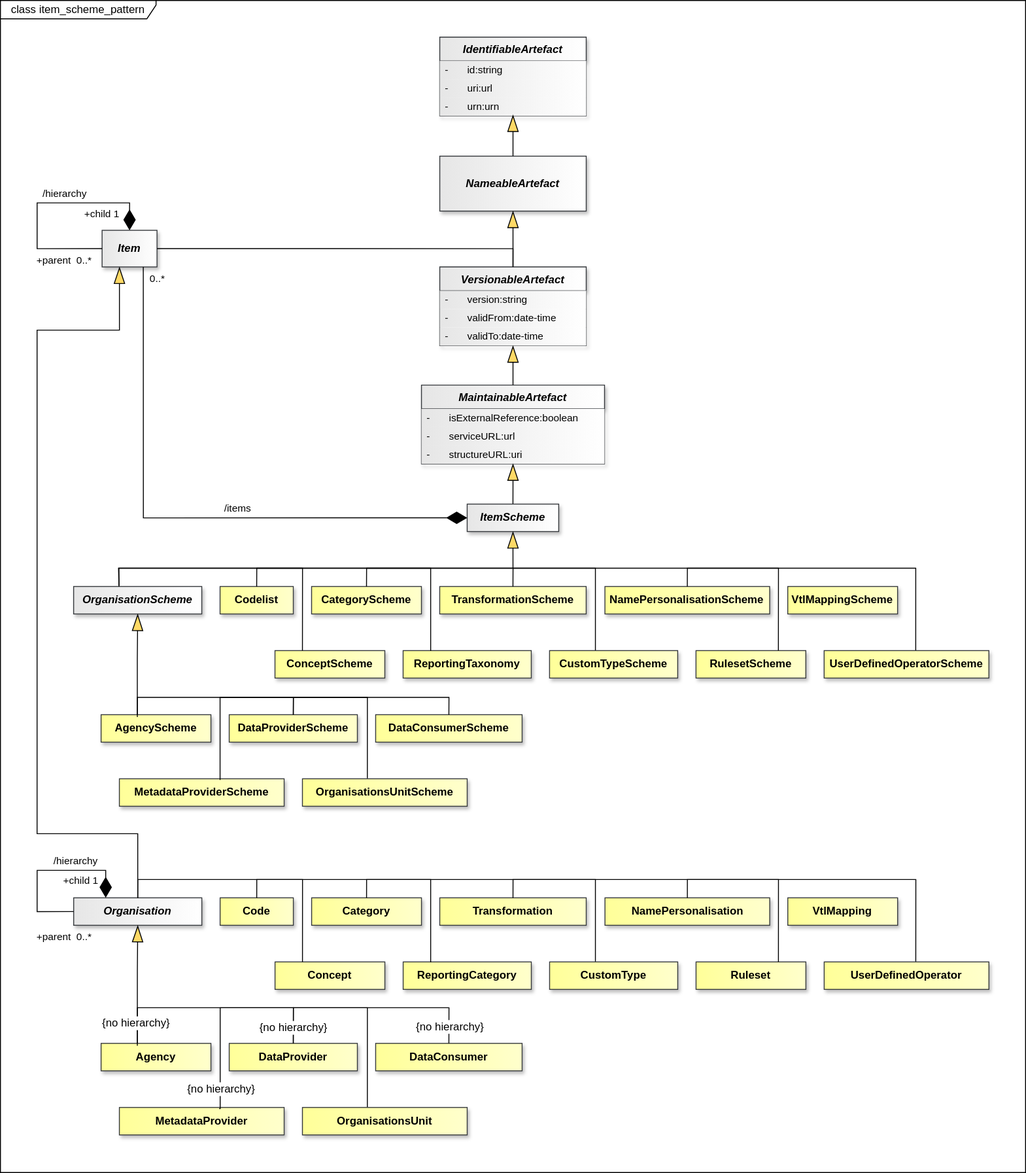
dosse/sdmx-im keeps this draw.io diagram as docs/information_model/media/sdmx_base-item_scheme_pattern.svg. Above is the earlier version. Source tidied: cells renumbered, new cells last; positions are measured from the earlier drawing's top-left corner, leaving out a move shared by most shapes.
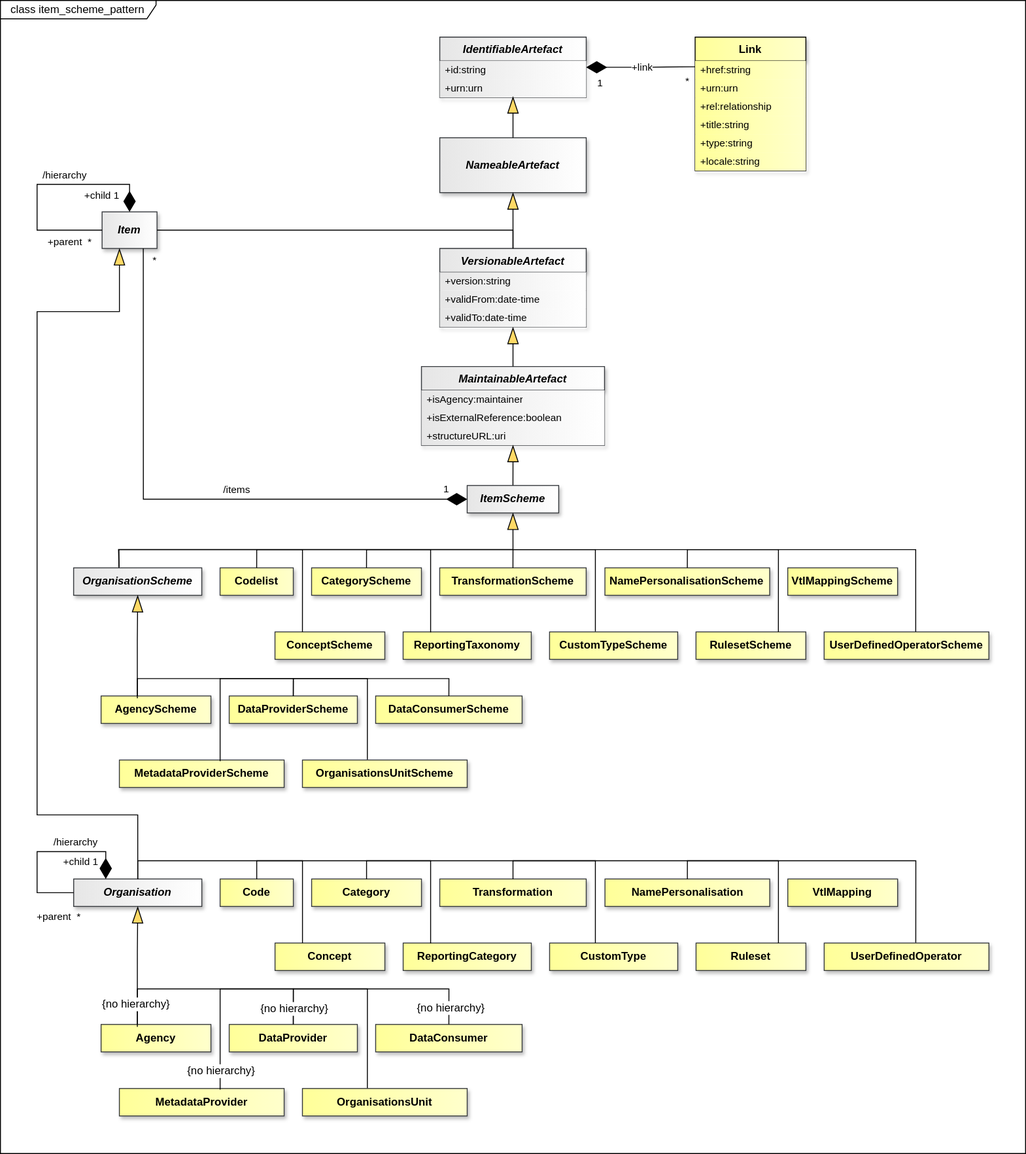
Above is the later version.

Commit message:
https://github.com/sdmx-twg/sdmx-im/issues/1

What changed in the source:
```diff
@@ -3,7 +3,7 @@
     <mxCell id="0" />
     <mxCell id="1" parent="0" />
     <mxCell id="2" value="class item_scheme_pattern" style="shape=umlFrame;whiteSpace=wrap;html=1;fillColor=light-dark(#FFFFFF,#121212);swimlaneFillColor=light-dark(#FFFFFF,#121212);width=170;height=20;" parent="1" vertex="1">
-      <mxGeometry width="1120" height="1280" as="geometry" />
+      <mxGeometry y="20" width="1120" height="1260" as="geometry" />
     </mxCell>
     <mxCell id="3" style="endArrow=none;" parent="1" edge="1">
       <mxGeometry relative="1" as="geometry" />
@@ -63,16 +63,13 @@
       <mxGeometry relative="1" as="geometry" />
     </mxCell>
     <mxCell id="22" value="IdentifiableArtefact" style="swimlane;fontStyle=3;align=center;verticalAlign=top;horizontal=1;startSize=26;whiteSpace=wrap;html=1;strokeColor=#36393d;fontFamily=Helvetica;fontSize=12;fillColor=light-dark(#E6E6E6,#E6E6E6);gradientDirection=east;gradientColor=light-dark(#FFFFFF,#FFFFFF);fontColor=light-dark(#000000,#000000);shadow=1;" parent="1" vertex="1">
-      <mxGeometry x="480" y="40" width="160" height="86" as="geometry" />
+      <mxGeometry x="480" y="60" width="160" height="66" as="geometry" />
     </mxCell>
-    <mxCell id="23" value="-&lt;span style=&quot;white-space: pre;&quot;&gt;&#9;&lt;/span&gt;id:string" style="text;strokeColor=none;fillColor=light-dark(#E6E6E6,#E6E6E6);align=left;verticalAlign=middle;spacingLeft=4;spacingRight=4;overflow=hidden;whiteSpace=wrap;html=1;fontFamily=Helvetica;fontSize=11;fontColor=light-dark(#000000,#000000);fontStyle=0;gradientColor=light-dark(#FFFFFF,#FFFFFF);gradientDirection=east;" parent="22" vertex="1">
+    <mxCell id="23" value="+id:string" style="text;strokeColor=none;fillColor=light-dark(#E6E6E6,#E6E6E6);align=left;verticalAlign=middle;spacingLeft=4;spacingRight=4;overflow=hidden;whiteSpace=wrap;html=1;fontFamily=Helvetica;fontSize=11;fontColor=light-dark(#000000,#000000);fontStyle=0;gradientColor=light-dark(#FFFFFF,#FFFFFF);gradientDirection=east;" parent="22" vertex="1">
       <mxGeometry y="26" width="160" height="20" as="geometry" />
     </mxCell>
-    <mxCell id="24" value="-&lt;span style=&quot;white-space: pre;&quot;&gt;&#9;&lt;/span&gt;uri:url" style="text;strokeColor=none;fillColor=light-dark(#E6E6E6,#E6E6E6);align=left;verticalAlign=middle;spacingLeft=4;spacingRight=4;overflow=hidden;whiteSpace=wrap;html=1;fontFamily=Helvetica;fontSize=11;fontColor=light-dark(#000000,#000000);fontStyle=0;gradientColor=light-dark(#FFFFFF,#FFFFFF);gradientDirection=east;" parent="22" vertex="1">
-      <mxGeometry y="46" width="160" height="20" as="geometry" />
-    </mxCell>
-    <mxCell id="25" value="-&lt;span style=&quot;white-space: pre;&quot;&gt;&#9;&lt;/span&gt;urn:urn" style="text;strokeColor=none;fillColor=light-dark(#E6E6E6,#E6E6E6);align=left;verticalAlign=middle;spacingLeft=4;spacingRight=4;overflow=hidden;points=[[0,0.5],[1,0.5]];portConstraint=eastwest;whiteSpace=wrap;html=1;fontFamily=Helvetica;fontSize=11;fontColor=light-dark(#000000,#000000);fontStyle=0;gradientColor=light-dark(#FFFFFF,#FFFFFF);gradientDirection=east;" parent="22" vertex="1">
-      <mxGeometry y="66" width="160" height="20" as="geometry" />
+    <mxCell id="25" value="+urn:urn" style="text;strokeColor=none;fillColor=light-dark(#E6E6E6,#E6E6E6);align=left;verticalAlign=middle;spacingLeft=4;spacingRight=4;overflow=hidden;points=[[0,0.5],[1,0.5]];portConstraint=eastwest;whiteSpace=wrap;html=1;fontFamily=Helvetica;fontSize=11;fontColor=light-dark(#000000,#000000);fontStyle=0;gradientColor=light-dark(#FFFFFF,#FFFFFF);gradientDirection=east;" parent="22" vertex="1">
+      <mxGeometry y="46" width="160" height="20" as="geometry" />
     </mxCell>
     <mxCell id="26" value="NameableArtefact" style="whiteSpace=wrap;html=1;verticalAlign=middle;gradientDirection=east;imageVerticalAlign=top;fontStyle=3;fillColor=light-dark(#E6E6E6,#E6E6E6);strokeColor=#36393d;fontColor=light-dark(#000000,#000000);gradientColor=light-dark(#FFFFFF,#FFFFFF);shadow=1;" parent="1" vertex="1">
       <mxGeometry x="480" y="170" width="160" height="60" as="geometry" />
@@ -83,13 +80,13 @@
     <mxCell id="28" value="VersionableArtefact" style="swimlane;fontStyle=3;align=center;verticalAlign=top;horizontal=1;startSize=26;whiteSpace=wrap;html=1;strokeColor=#36393d;fontFamily=Helvetica;fontSize=12;fillColor=light-dark(#E6E6E6,#E6E6E6);gradientDirection=east;gradientColor=light-dark(#FFFFFF,#FFFFFF);fontColor=light-dark(#000000,#000000);shadow=1;" parent="1" vertex="1">
       <mxGeometry x="480" y="291" width="160" height="86" as="geometry" />
     </mxCell>
-    <mxCell id="29" value="-&lt;span style=&quot;white-space: pre;&quot;&gt;&#9;&lt;/span&gt;version:string" style="text;strokeColor=none;fillColor=light-dark(#E6E6E6,#E6E6E6);align=left;verticalAlign=middle;spacingLeft=4;spacingRight=4;overflow=hidden;whiteSpace=wrap;html=1;fontFamily=Helvetica;fontSize=11;fontColor=light-dark(#000000,#000000);fontStyle=0;gradientColor=light-dark(#FFFFFF,#FFFFFF);gradientDirection=east;" parent="28" vertex="1">
+    <mxCell id="29" value="+version:string" style="text;strokeColor=none;fillColor=light-dark(#E6E6E6,#E6E6E6);align=left;verticalAlign=middle;spacingLeft=4;spacingRight=4;overflow=hidden;whiteSpace=wrap;html=1;fontFamily=Helvetica;fontSize=11;fontColor=light-dark(#000000,#000000);fontStyle=0;gradientColor=light-dark(#FFFFFF,#FFFFFF);gradientDirection=east;" parent="28" vertex="1">
       <mxGeometry y="26" width="160" height="20" as="geometry" />
     </mxCell>
-    <mxCell id="30" value="-&lt;span style=&quot;white-space: pre;&quot;&gt;&#9;&lt;/span&gt;validFrom:date-time" style="text;strokeColor=none;fillColor=light-dark(#E6E6E6,#E6E6E6);align=left;verticalAlign=middle;spacingLeft=4;spacingRight=4;overflow=hidden;whiteSpace=wrap;html=1;fontFamily=Helvetica;fontSize=11;fontColor=light-dark(#000000,#000000);fontStyle=0;gradientColor=light-dark(#FFFFFF,#FFFFFF);gradientDirection=east;" parent="28" vertex="1">
+    <mxCell id="30" value="+validFrom:date-time" style="text;strokeColor=none;fillColor=light-dark(#E6E6E6,#E6E6E6);align=left;verticalAlign=middle;spacingLeft=4;spacingRight=4;overflow=hidden;whiteSpace=wrap;html=1;fontFamily=Helvetica;fontSize=11;fontColor=light-dark(#000000,#000000);fontStyle=0;gradientColor=light-dark(#FFFFFF,#FFFFFF);gradientDirection=east;" parent="28" vertex="1">
       <mxGeometry y="46" width="160" height="20" as="geometry" />
     </mxCell>
-    <mxCell id="31" value="-&lt;span style=&quot;white-space: pre;&quot;&gt;&#9;&lt;/span&gt;validTo:date-time" style="text;strokeColor=none;fillColor=light-dark(#E6E6E6,#E6E6E6);align=left;verticalAlign=middle;spacingLeft=4;spacingRight=4;overflow=hidden;whiteSpace=wrap;html=1;fontFamily=Helvetica;fontSize=11;fontColor=light-dark(#000000,#000000);fontStyle=0;gradientColor=light-dark(#FFFFFF,#FFFFFF);gradientDirection=east;" parent="28" vertex="1">
+    <mxCell id="31" value="+validTo:date-time" style="text;strokeColor=none;fillColor=light-dark(#E6E6E6,#E6E6E6);align=left;verticalAlign=middle;spacingLeft=4;spacingRight=4;overflow=hidden;whiteSpace=wrap;html=1;fontFamily=Helvetica;fontSize=11;fontColor=light-dark(#000000,#000000);fontStyle=0;gradientColor=light-dark(#FFFFFF,#FFFFFF);gradientDirection=east;" parent="28" vertex="1">
       <mxGeometry y="66" width="160" height="20" as="geometry" />
     </mxCell>
     <mxCell id="32" style="endArrow=blockThin;endSize=16;endFill=1;html=1;rounded=0;entryX=0.5;entryY=1;entryDx=0;entryDy=0;exitX=0.5;exitY=0;exitDx=0;exitDy=0;startFill=0;endFillColor=light-dark(#FFD966,#FFD966);strokeColor=light-dark(#000000,#FFFFFF);startFillColor=light-dark(#000000,#FFFFFF);labelBackgroundColor=none;labelBorderColor=light-dark(#000000,#FFFFFF);" parent="1" edge="1" source="28" target="26">
@@ -98,13 +95,13 @@
     <mxCell id="33" value="MaintainableArtefact" style="swimlane;fontStyle=3;align=center;verticalAlign=top;horizontal=1;startSize=26;whiteSpace=wrap;html=1;strokeColor=#36393d;fontFamily=Helvetica;fontSize=12;fillColor=light-dark(#E6E6E6,#E6E6E6);gradientDirection=east;gradientColor=light-dark(#FFFFFF,#FFFFFF);fontColor=light-dark(#000000,#000000);shadow=1;" parent="1" vertex="1">
       <mxGeometry x="460" y="420" width="200" height="86" as="geometry" />
     </mxCell>
-    <mxCell id="34" value="-&lt;span style=&quot;white-space: pre;&quot;&gt;&#9;&lt;/span&gt;isExternalReference:boolean" style="text;strokeColor=none;fillColor=light-dark(#E6E6E6,#E6E6E6);align=left;verticalAlign=middle;spacingLeft=4;spacingRight=4;overflow=hidden;whiteSpace=wrap;html=1;fontFamily=Helvetica;fontSize=11;fontColor=light-dark(#000000,#000000);fontStyle=0;gradientColor=light-dark(#FFFFFF,#FFFFFF);gradientDirection=east;" parent="33" vertex="1">
+    <mxCell id="34" value="+isAgency:maintainer" style="text;strokeColor=none;fillColor=light-dark(#E6E6E6,#E6E6E6);align=left;verticalAlign=middle;spacingLeft=4;spacingRight=4;overflow=hidden;whiteSpace=wrap;html=1;fontFamily=Helvetica;fontSize=11;fontColor=light-dark(#000000,#000000);fontStyle=0;gradientColor=light-dark(#FFFFFF,#FFFFFF);gradientDirection=east;" parent="33" vertex="1">
       <mxGeometry y="26" width="200" height="20" as="geometry" />
     </mxCell>
-    <mxCell id="35" value="-&lt;span style=&quot;white-space: pre;&quot;&gt;&#9;&lt;/span&gt;serviceURL:url" style="text;strokeColor=none;fillColor=light-dark(#E6E6E6,#E6E6E6);align=left;verticalAlign=middle;spacingLeft=4;spacingRight=4;overflow=hidden;whiteSpace=wrap;html=1;fontFamily=Helvetica;fontSize=11;fontColor=light-dark(#000000,#000000);fontStyle=0;gradientColor=light-dark(#FFFFFF,#FFFFFF);gradientDirection=east;" parent="33" vertex="1">
+    <mxCell id="35" value="+isExternalReference:boolean" style="text;strokeColor=none;fillColor=light-dark(#E6E6E6,#E6E6E6);align=left;verticalAlign=middle;spacingLeft=4;spacingRight=4;overflow=hidden;whiteSpace=wrap;html=1;fontFamily=Helvetica;fontSize=11;fontColor=light-dark(#000000,#000000);fontStyle=0;gradientColor=light-dark(#FFFFFF,#FFFFFF);gradientDirection=east;" parent="33" vertex="1">
       <mxGeometry y="46" width="200" height="20" as="geometry" />
     </mxCell>
-    <mxCell id="36" value="-&lt;span style=&quot;white-space: pre;&quot;&gt;&#9;&lt;/span&gt;structureURL:uri" style="text;strokeColor=none;fillColor=light-dark(#E6E6E6,#E6E6E6);align=left;verticalAlign=middle;spacingLeft=4;spacingRight=4;overflow=hidden;whiteSpace=wrap;html=1;fontFamily=Helvetica;fontSize=11;fontColor=light-dark(#000000,#000000);fontStyle=0;gradientColor=light-dark(#FFFFFF,#FFFFFF);gradientDirection=east;" parent="33" vertex="1">
+    <mxCell id="36" value="+structureURL:uri" style="text;strokeColor=none;fillColor=light-dark(#E6E6E6,#E6E6E6);align=left;verticalAlign=middle;spacingLeft=4;spacingRight=4;overflow=hidden;whiteSpace=wrap;html=1;fontFamily=Helvetica;fontSize=11;fontColor=light-dark(#000000,#000000);fontStyle=0;gradientColor=light-dark(#FFFFFF,#FFFFFF);gradientDirection=east;" parent="33" vertex="1">
       <mxGeometry y="66" width="200" height="20" as="geometry" />
     </mxCell>
     <mxCell id="37" style="endArrow=blockThin;endSize=16;endFill=1;html=1;rounded=0;entryX=0.5;entryY=1;entryDx=0;entryDy=0;exitX=0.5;exitY=0;exitDx=0;exitDy=0;startFill=0;endFillColor=light-dark(#FFD966,#FFD966);strokeColor=light-dark(#000000,#FFFFFF);startFillColor=light-dark(#000000,#FFFFFF);labelBackgroundColor=none;labelBorderColor=light-dark(#000000,#FFFFFF);" parent="1" edge="1" source="33" target="28">
@@ -141,7 +138,7 @@
         <mxPoint x="-51" y="-31" as="offset" />
       </mxGeometry>
     </mxCell>
-    <mxCell id="43" value="+parent&amp;nbsp; 0..*" style="edgeLabel;html=1;align=right;verticalAlign=top;labelBackgroundColor=none;fontColor=light-dark(#000000,#FFFFFF);" parent="41" vertex="1">
+    <mxCell id="43" value="+parent&amp;nbsp; *" style="edgeLabel;html=1;align=right;verticalAlign=top;labelBackgroundColor=none;fontColor=light-dark(#000000,#FFFFFF);" parent="41" vertex="1">
       <mxGeometry x="1" relative="1" as="geometry">
         <mxPoint x="-11" as="offset" />
       </mxGeometry>
@@ -438,9 +435,9 @@
         <mxPoint x="-48" y="-32" as="offset" />
       </mxGeometry>
     </mxCell>
-    <mxCell id="103" value="+parent&amp;nbsp; 0..*" style="edgeLabel;html=1;align=right;verticalAlign=top;labelBackgroundColor=none;fontColor=light-dark(#000000,#FFFFFF);" parent="101" vertex="1">
+    <mxCell id="103" value="+parent&amp;nbsp; *" style="edgeLabel;html=1;align=right;verticalAlign=top;labelBackgroundColor=none;fontColor=light-dark(#000000,#FFFFFF);" parent="101" vertex="1">
       <mxGeometry x="1" relative="1" as="geometry">
-        <mxPoint x="20" y="15" as="offset" />
+        <mxPoint x="8" y="13" as="offset" />
       </mxGeometry>
     </mxCell>
     <mxCell id="104" value="&lt;font style=&quot;color: light-dark(rgb(0, 0, 0), rgb(255, 255, 255)); background-color: light-dark(rgb(255, 255, 255), rgb(0, 0, 0));&quot;&gt;/items&lt;/font&gt;" style="endArrow=none;html=1;endSize=12;startArrow=diamondThin;startSize=20;startFill=1;edgeStyle=orthogonalEdgeStyle;rounded=0;endFill=0;strokeColor=light-dark(#000000,#FFFFFF);fontColor=light-dark(#000000,#FFFFFF);labelBackgroundColor=none;exitX=0;exitY=0.5;exitDx=0;exitDy=0;entryX=0.75;entryY=1;entryDx=0;entryDy=0;" parent="1" edge="1" source="44" target="39">
@@ -450,10 +447,52 @@
         </Array>
       </mxGeometry>
     </mxCell>
-    <mxCell id="105" value="0..*" style="edgeLabel;html=1;align=right;verticalAlign=top;labelBackgroundColor=none;fontColor=light-dark(#000000,#FFFFFF);" parent="104" vertex="1">
+    <mxCell id="105" value="*" style="edgeLabel;html=1;align=right;verticalAlign=top;labelBackgroundColor=none;fontColor=light-dark(#000000,#FFFFFF);" parent="104" vertex="1">
       <mxGeometry x="1" relative="1" as="geometry">
-        <mxPoint x="24" as="offset" />
+        <mxPoint x="15" as="offset" />
       </mxGeometry>
     </mxCell>
+    <mxCell id="106" value="1" style="edgeLabel;html=1;align=center;verticalAlign=middle;fontSize=11;" parent="104" vertex="1">
+      <mxGeometry x="-0.95" relative="1" as="geometry">
+        <mxPoint x="-8" y="-12" as="offset" />
+      </mxGeometry>
+    </mxCell>
+    <mxCell id="107" style="endArrow=none;html=1;endSize=12;startArrow=diamondThin;startSize=20;startFill=1;edgeStyle=orthogonalEdgeStyle;rounded=0;exitX=1;exitY=0.5;exitDx=0;exitDy=0;endFill=0;strokeColor=light-dark(#000000,#FFFFFF);fontColor=light-dark(#000000,#FFFFFF);labelBackgroundColor=none;entryX=0.017;entryY=0.321;entryDx=0;entryDy=0;entryPerimeter=0;" parent="1" edge="1" source="22" target="112">
+      <mxGeometry relative="1" as="geometry" />
+    </mxCell>
+    <mxCell id="108" value="*" style="edgeLabel;html=1;align=right;verticalAlign=top;labelBackgroundColor=none;fontColor=light-dark(#000000,#FFFFFF);" parent="107" vertex="1">
+      <mxGeometry x="1" relative="1" as="geometry">
+        <mxPoint x="-8" y="3" as="offset" />
+      </mxGeometry>
+    </mxCell>
+    <mxCell id="109" value="&lt;font style=&quot;font-size: 11px;&quot;&gt;+link&lt;/font&gt;" style="edgeLabel;html=1;align=center;verticalAlign=middle;fontSize=12;" parent="107" vertex="1">
+      <mxGeometry relative="1" as="geometry" />
+    </mxCell>
+    <mxCell id="110" value="1" style="edgeLabel;html=1;align=center;verticalAlign=middle;fontSize=11;" parent="107" vertex="1">
+      <mxGeometry x="-0.8" y="-1" relative="1" as="geometry">
+        <mxPoint x="2" y="15" as="offset" />
+      </mxGeometry>
+    </mxCell>
+    <mxCell id="111" value="Link" style="swimlane;fontStyle=1;align=center;verticalAlign=top;horizontal=1;startSize=26;whiteSpace=wrap;html=1;fillColor=light-dark(#FFFF99,#FFFF99);strokeColor=light-dark(#000000,#000000);gradientDirection=east;swimlaneLine=1;fontColor=light-dark(#000000,#000000);labelBackgroundColor=none;textShadow=0;gradientColor=light-dark(#FFFFCC,#FFFFCC);shadow=1;" parent="1" vertex="1">
+      <mxGeometry x="759" y="60" width="121" height="146" as="geometry" />
+    </mxCell>
+    <mxCell id="112" value="+href:string" style="text;strokeColor=none;fillColor=light-dark(#FFFF99,#FFFF99);align=left;verticalAlign=middle;spacingLeft=4;spacingRight=4;overflow=hidden;points=[[0,0.5],[1,0.5]];portConstraint=eastwest;whiteSpace=wrap;html=1;fontSize=11;gradientColor=light-dark(#FFFFCC,#FFFFCC);gradientDirection=east;fontColor=light-dark(#000000,#000000);strokeWidth=0;" parent="111" vertex="1">
+      <mxGeometry y="26" width="121" height="20" as="geometry" />
+    </mxCell>
+    <mxCell id="113" value="+urn:urn" style="text;strokeColor=none;fillColor=light-dark(#FFFF99,#FFFF99);align=left;verticalAlign=middle;spacingLeft=4;spacingRight=4;overflow=hidden;whiteSpace=wrap;html=1;fontSize=11;gradientColor=light-dark(#FFFFCC,#FFFFCC);gradientDirection=east;fontColor=light-dark(#000000,#000000);strokeWidth=0;" parent="111" vertex="1">
+      <mxGeometry y="46" width="121" height="20" as="geometry" />
+    </mxCell>
+    <mxCell id="114" value="+rel:relationship" style="text;strokeColor=none;fillColor=light-dark(#FFFF99,#FFFF99);align=left;verticalAlign=middle;spacingLeft=4;spacingRight=4;overflow=hidden;whiteSpace=wrap;html=1;fontSize=11;gradientColor=light-dark(#FFFFCC,#FFFFCC);gradientDirection=east;fontColor=light-dark(#000000,#000000);strokeWidth=0;" parent="111" vertex="1">
+      <mxGeometry y="66" width="121" height="20" as="geometry" />
+    </mxCell>
+    <mxCell id="115" value="+title:string" style="text;strokeColor=none;fillColor=light-dark(#FFFF99,#FFFF99);align=left;verticalAlign=middle;spacingLeft=4;spacingRight=4;overflow=hidden;whiteSpace=wrap;html=1;fontSize=11;gradientColor=light-dark(#FFFFCC,#FFFFCC);gradientDirection=east;fontColor=light-dark(#000000,#000000);strokeWidth=0;" parent="111" vertex="1">
+      <mxGeometry y="86" width="121" height="20" as="geometry" />
+    </mxCell>
+    <mxCell id="116" value="+type:string" style="text;strokeColor=none;fillColor=light-dark(#FFFF99,#FFFF99);align=left;verticalAlign=middle;spacingLeft=4;spacingRight=4;overflow=hidden;whiteSpace=wrap;html=1;fontSize=11;gradientColor=light-dark(#FFFFCC,#FFFFCC);gradientDirection=east;fontColor=light-dark(#000000,#000000);strokeWidth=0;" parent="111" vertex="1">
+      <mxGeometry y="106" width="121" height="20" as="geometry" />
+    </mxCell>
+    <mxCell id="117" value="+locale:string" style="text;strokeColor=none;fillColor=light-dark(#FFFF99,#FFFF99);align=left;verticalAlign=middle;spacingLeft=4;spacingRight=4;overflow=hidden;whiteSpace=wrap;html=1;fontSize=11;gradientColor=light-dark(#FFFFCC,#FFFFCC);gradientDirection=east;fontColor=light-dark(#000000,#000000);strokeWidth=0;" parent="111" vertex="1">
+      <mxGeometry y="126" width="121" height="20" as="geometry" />
+    </mxCell>
   </root>
 </mxGraphModel>
```
